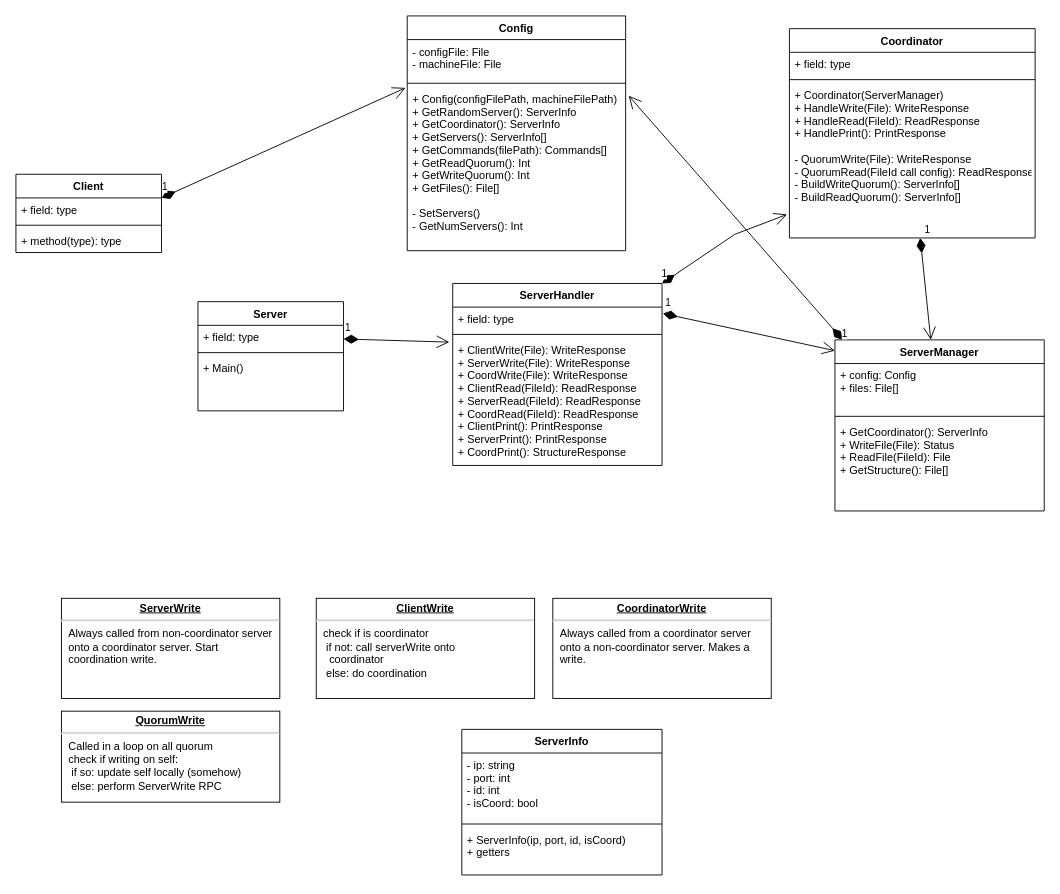
Above: PA3.drawio in lukekivi/Distributed-File-System (draw.io), before the change. Source tidied: cells renumbered, new cells numbered last; positions are measured from the earlier drawing's top-left corner, leaving out a move shared by most shapes. Both pictures are drawn from the tidied source at 91%, with x=0, y=0 at pixel (15, 15).
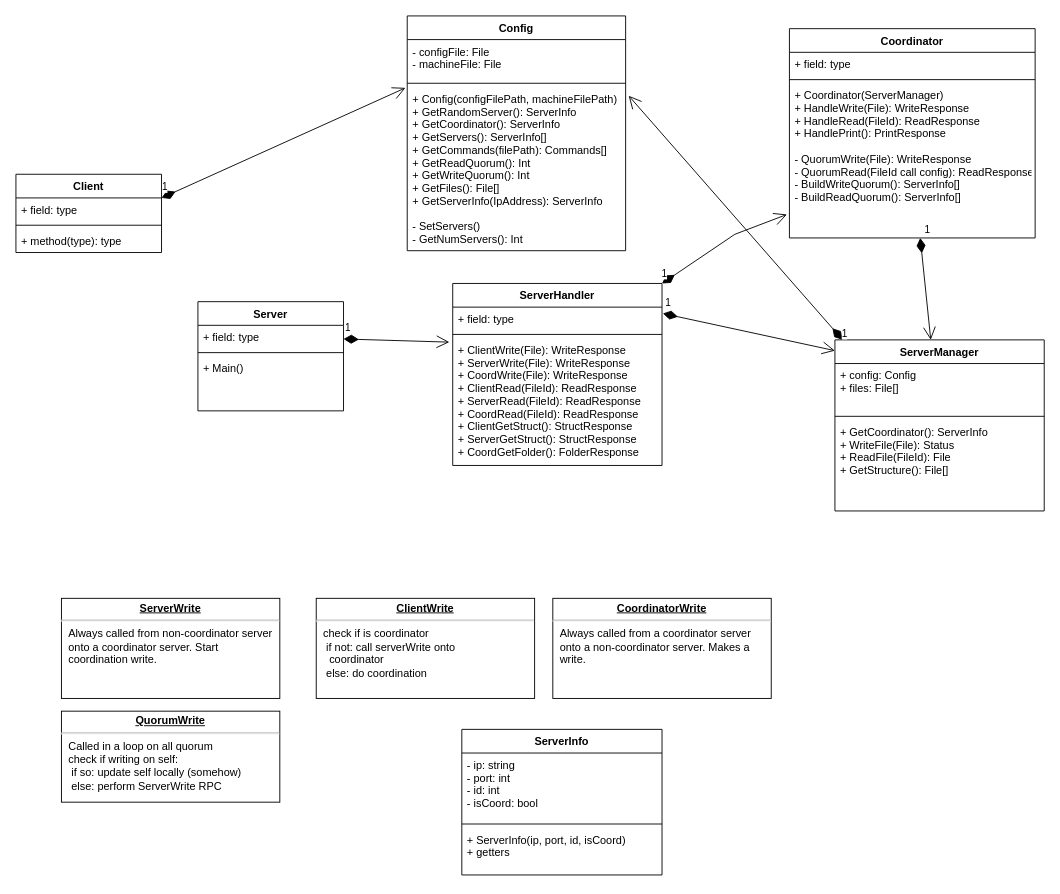
Above is the later version.

The change refers to these unchanged cells:
```xml
<mxCell id="2" value="ServerHandler&#10;" style="swimlane;fontStyle=1;align=center;verticalAlign=top;horizontal=1;startSize=26;" parent="1" vertex="1">
  <mxGeometry x="480" y="294" width="230" height="200" as="geometry" />
</mxCell>
<mxCell id="23" value="Config" style="swimlane;fontStyle=1;align=center;verticalAlign=top;horizontal=1;startSize=26;" parent="1" vertex="1">
  <mxGeometry x="430" width="240" height="258" as="geometry" />
</mxCell>
```

Change to the diagram source:
```diff
@@
-    <mxCell id="5" value="+ ClientWrite(File): WriteResponse &#10;+ ServerWrite(File): WriteResponse&#10;+ CoordWrite(File): WriteResponse&#10;+ ClientRead(FileId): ReadResponse&#10;+ ServerRead(FileId): ReadResponse&#10;+ CoordRead(FileId): ReadResponse&#10;+ ClientPrint(): PrintResponse&#10;+ ServerPrint(): PrintResponse&#10;+ CoordPrint(): StructureResponse" style="text;strokeColor=none;fillColor=none;align=left;verticalAlign=top;spacingLeft=4;spacingRight=4;overflow=hidden;points=[[0,0.5],[1,0.5]];portConstraint=eastwest;" parent="2" vertex="1">
+    <mxCell id="5" value="+ ClientWrite(File): WriteResponse &#10;+ ServerWrite(File): WriteResponse&#10;+ CoordWrite(File): WriteResponse&#10;+ ClientRead(FileId): ReadResponse&#10;+ ServerRead(FileId): ReadResponse&#10;+ CoordRead(FileId): ReadResponse&#10;+ ClientGetStruct(): StructResponse&#10;+ ServerGetStruct(): StructResponse&#10;+ CoordGetFolder(): FolderResponse" style="text;strokeColor=none;fillColor=none;align=left;verticalAlign=top;spacingLeft=4;spacingRight=4;overflow=hidden;points=[[0,0.5],[1,0.5]];portConstraint=eastwest;" parent="2" vertex="1">
       <mxGeometry y="60" width="230" height="140" as="geometry" />
     </mxCell>
@@
-    <mxCell id="26" value="+ Config(configFilePath, machineFilePath)&#10;+ GetRandomServer(): ServerInfo&#10;+ GetCoordinator(): ServerInfo&#10;+ GetServers(): ServerInfo[]&#10;+ GetCommands(filePath): Commands[]&#10;+ GetReadQuorum(): Int&#10;+ GetWriteQuorum(): Int&#10;+ GetFiles(): File[]&#10;&#10;- SetServers()&#10;- GetNumServers(): Int" style="text;strokeColor=none;fillColor=none;align=left;verticalAlign=top;spacingLeft=4;spacingRight=4;overflow=hidden;points=[[0,0.5],[1,0.5]];portConstraint=eastwest;" parent="23" vertex="1">
+    <mxCell id="26" value="+ Config(configFilePath, machineFilePath)&#10;+ GetRandomServer(): ServerInfo&#10;+ GetCoordinator(): ServerInfo&#10;+ GetServers(): ServerInfo[]&#10;+ GetCommands(filePath): Commands[]&#10;+ GetReadQuorum(): Int&#10;+ GetWriteQuorum(): Int&#10;+ GetFiles(): File[]&#10;+ GetServerInfo(IpAddress): ServerInfo&#10;&#10;- SetServers()&#10;- GetNumServers(): Int" style="text;strokeColor=none;fillColor=none;align=left;verticalAlign=top;spacingLeft=4;spacingRight=4;overflow=hidden;points=[[0,0.5],[1,0.5]];portConstraint=eastwest;" parent="23" vertex="1">
       <mxGeometry y="78" width="240" height="180" as="geometry" />
     </mxCell>
```
